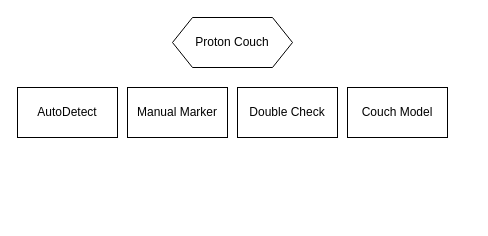
The draw.io diagram Proton&PhotonCouchProcess.drawio in eatingwu1009/CouchInsert, before the edit. Source tidied: cells renumbered, new cells numbered last; positions are measured from the earlier drawing's top-left corner, leaving out a move shared by most shapes. Both pictures are drawn from the tidied source at 100%, with x=0, y=0 at pixel (17, 17).
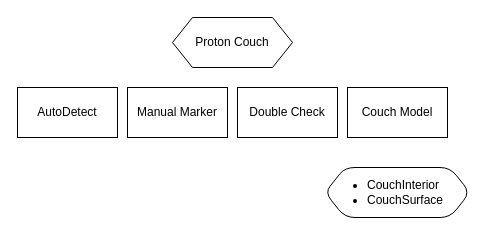
The same diagram, later.

Diff of the diagram source:
```diff
@@
 <mxGraphModel>
   <root>
     <mxCell id="0" />
     <mxCell id="1" parent="0" />
     <mxCell id="2" value="Proton Couch" style="shape=hexagon;perimeter=hexagonPerimeter2;whiteSpace=wrap;html=1;fixedSize=1;rounded=0;" parent="1" vertex="1">
       <mxGeometry x="155" width="120" height="50" as="geometry" />
     </mxCell>
     <mxCell id="3" value="AutoDetect" style="rounded=0;whiteSpace=wrap;html=1;" parent="1" vertex="1">
       <mxGeometry y="70" width="100" height="50" as="geometry" />
     </mxCell>
     <mxCell id="4" value="Manual Marker" style="rounded=0;whiteSpace=wrap;html=1;" parent="1" vertex="1">
       <mxGeometry x="110" y="70" width="100" height="50" as="geometry" />
     </mxCell>
     <mxCell id="5" value="Double Check" style="rounded=0;whiteSpace=wrap;html=1;" parent="1" vertex="1">
       <mxGeometry x="220" y="70" width="100" height="50" as="geometry" />
     </mxCell>
     <mxCell id="6" value="Couch Model" style="rounded=0;whiteSpace=wrap;html=1;" parent="1" vertex="1">
       <mxGeometry x="330" y="70" width="100" height="50" as="geometry" />
     </mxCell>
+    <mxCell id="7" value="&lt;ul&gt;&lt;li&gt;CouchInterior&lt;/li&gt;&lt;li&gt;CouchSurface&lt;/li&gt;&lt;/ul&gt;" style="shape=hexagon;perimeter=hexagonPerimeter2;whiteSpace=wrap;html=1;fixedSize=1;rounded=1;align=left;" parent="1" vertex="1">
+      <mxGeometry x="307.5" y="150" width="145" height="50" as="geometry" />
+    </mxCell>
   </root>
 </mxGraphModel>
```
